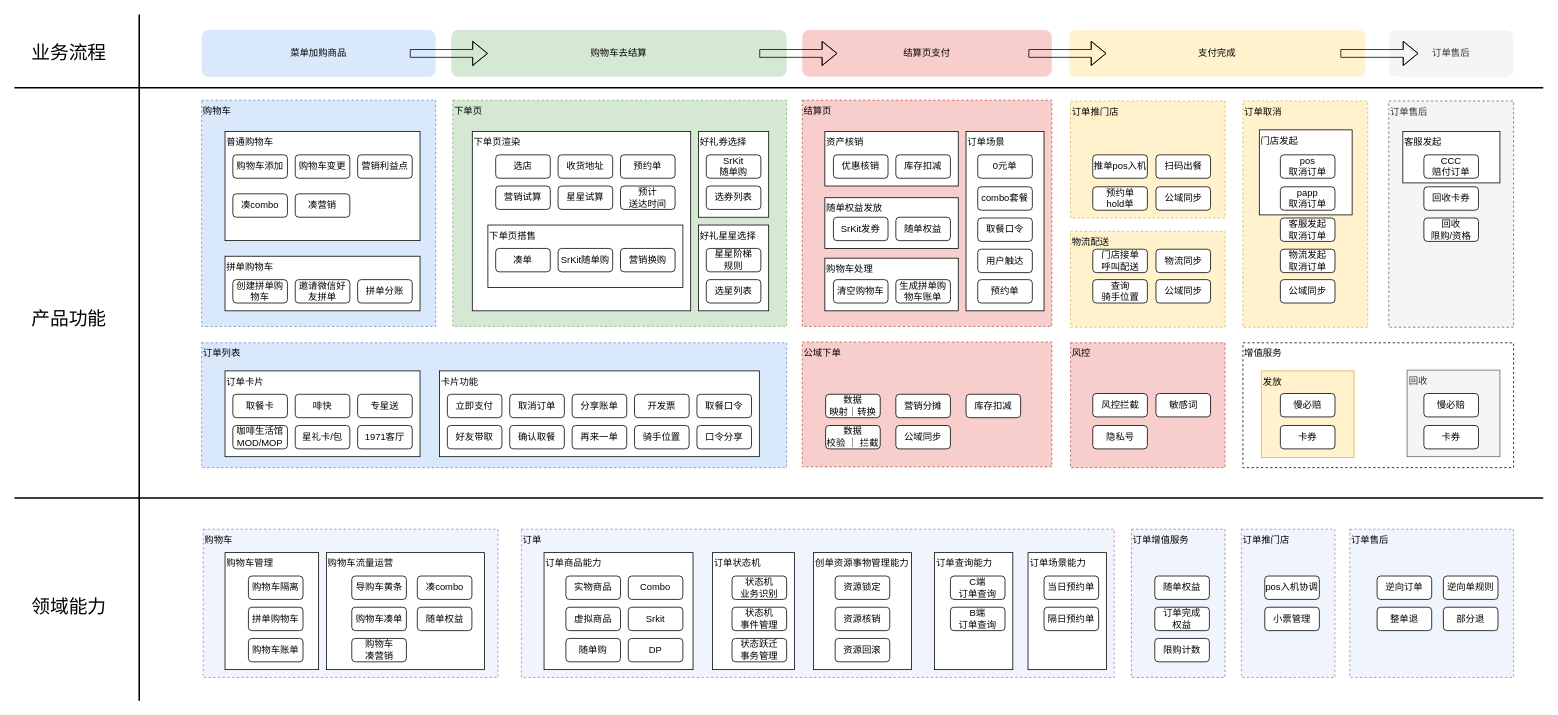
This is page "业务架构" (1 of 5) of OMS2.0业务架构.drawio from alexzhang2015/PC2.0, a draw.io file, before an edit. Source tidied: cells renumbered, new cells numbered last; positions are measured from the earlier drawing's top-left corner, leaving out a move shared by most shapes. Both pictures are drawn from the tidied source at 78%, with x=0, y=0 at pixel (14, 14).
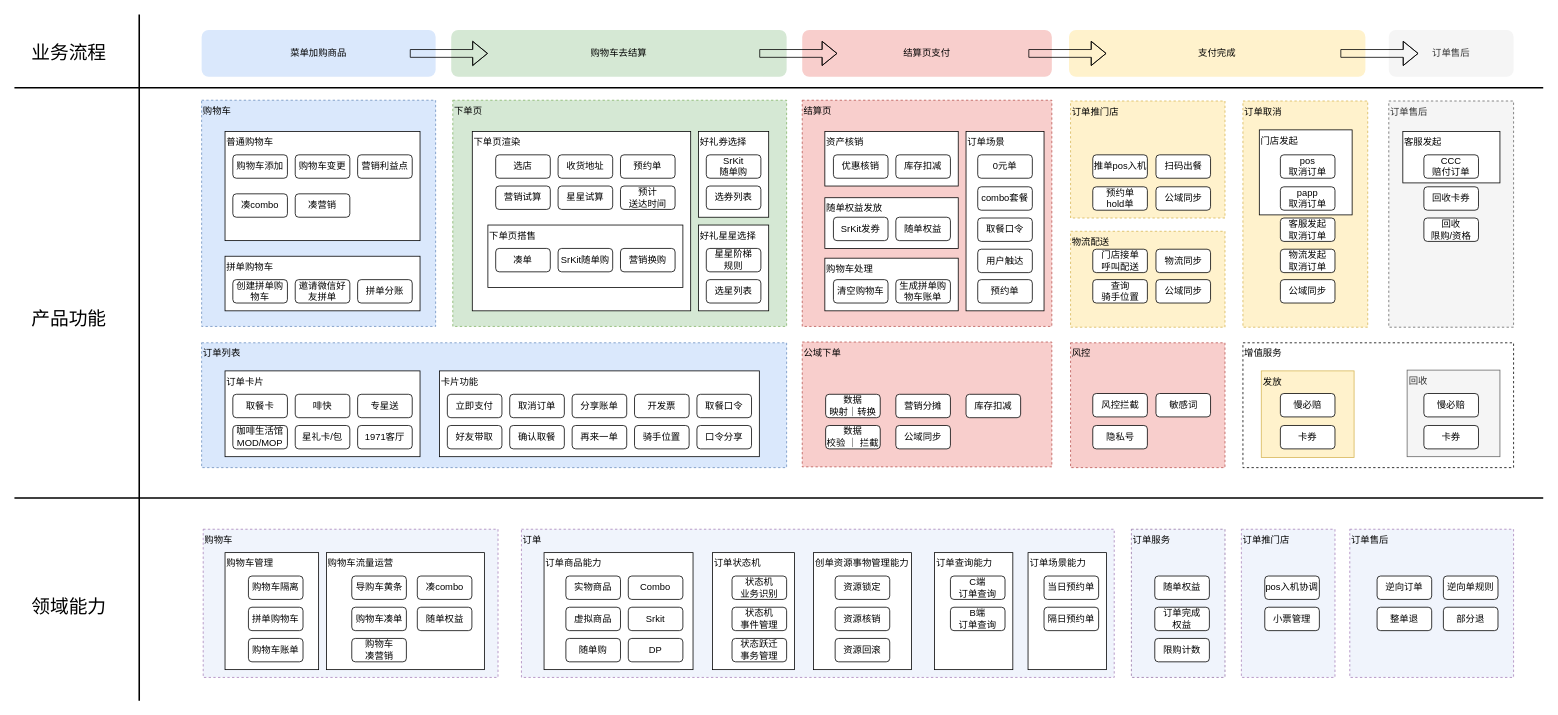
The same diagram, later.

What changed in the source:
```diff
@@
-    <mxCell id="111" value="订单增值服务" style="rounded=0;whiteSpace=wrap;html=1;align=left;verticalAlign=top;dashed=1;fillColor=#F0F4FC;strokeColor=#9673a6;fillStyle=auto;" parent="1" vertex="1">
+    <mxCell id="111" value="订单服务" style="rounded=0;whiteSpace=wrap;html=1;align=left;verticalAlign=top;dashed=1;fillColor=#F0F4FC;strokeColor=#9673a6;fillStyle=auto;" parent="1" vertex="1">
       <mxGeometry x="1432" y="660" width="120" height="190" as="geometry" />
     </mxCell>
```
